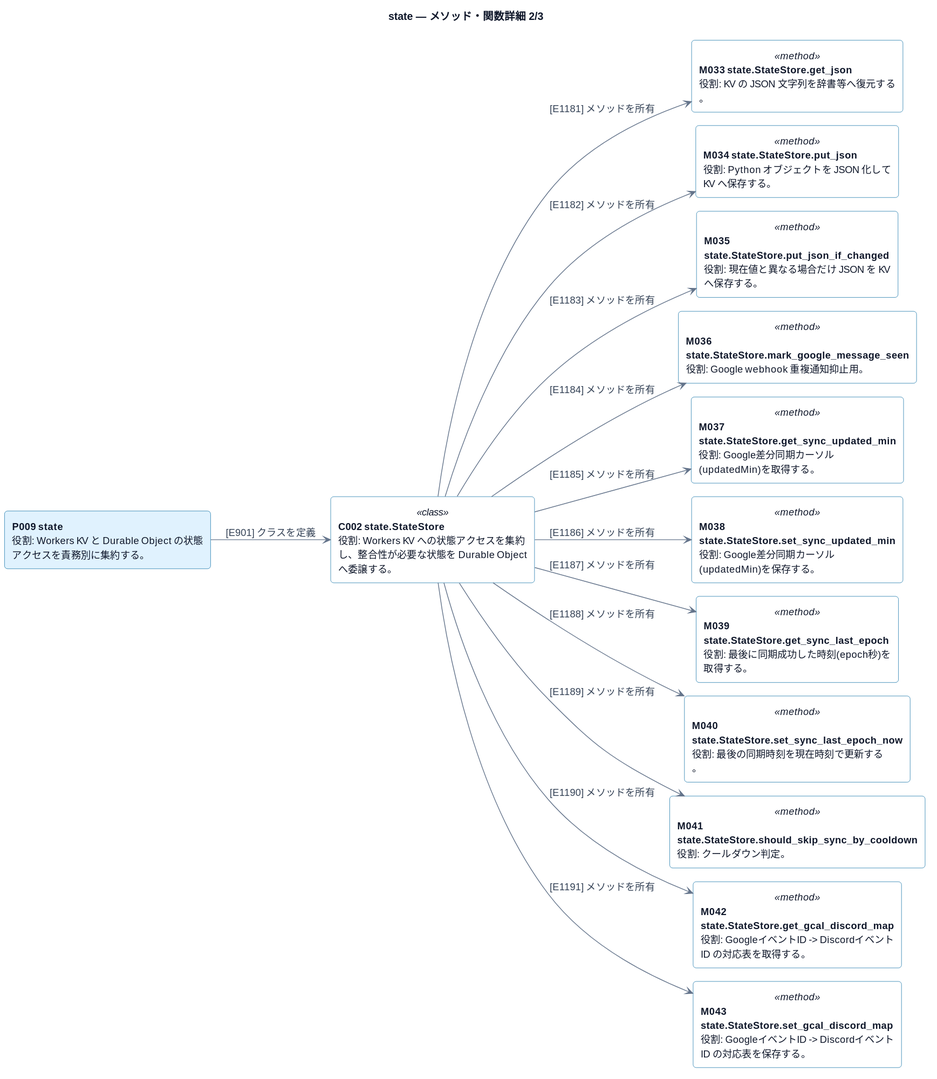
The PlantUML diagram docs/architecture/plantuml/rendered/methods/state-02.svg in ichipiro/IE_Event_Bot, before a commit.
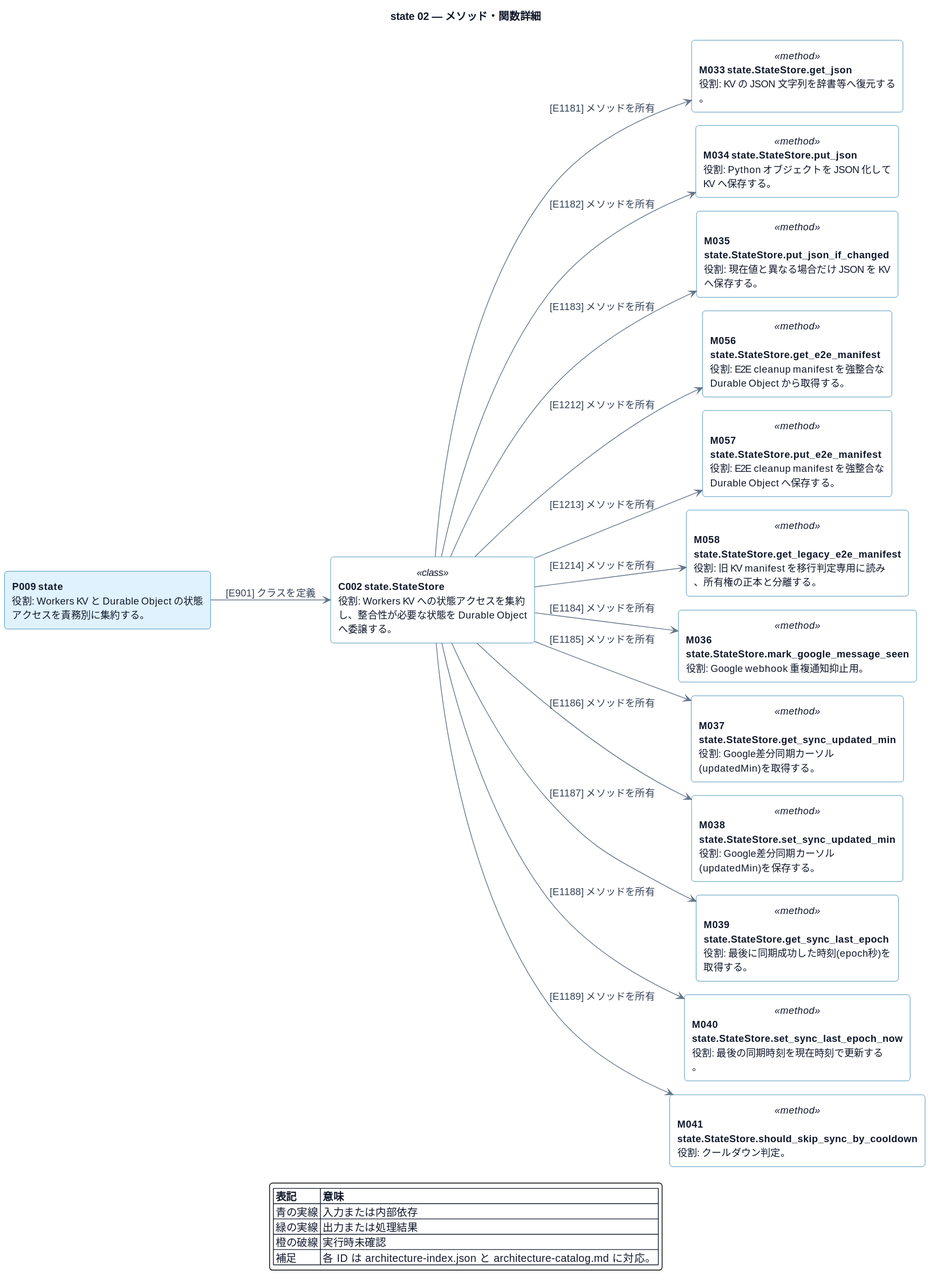
After the commit.

Diff of the diagram source:
```diff
@@ -1,6 +1,6 @@
 @startuml
 !include ../_shared/style.puml
-title state — メソッド・関数詳細 2/3
+title state 02 — メソッド・関数詳細
 !pragma layout smetana
 left to right direction
 component "<b>P009 state</b>\n役割: Workers KV と Durable Object の状態アクセスを責務別に集約する。" as P009
@@ -12,6 +12,12 @@
 C002 -[#64748B]-> M034 : [E1182] メソッドを所有
 rectangle "<b>M035 state.StateStore.put_json_if_changed</b>\n役割: 現在値と異なる場合だけ JSON を KV へ保存する。" as M035 <<method>>
 C002 -[#64748B]-> M035 : [E1183] メソッドを所有
+rectangle "<b>M056 state.StateStore.get_e2e_manifest</b>\n役割: E2E cleanup manifest を強整合な Durable Object から取得する。" as M056 <<method>>
+C002 -[#64748B]-> M056 : [E1212] メソッドを所有
+rectangle "<b>M057 state.StateStore.put_e2e_manifest</b>\n役割: E2E cleanup manifest を強整合な Durable Object へ保存する。" as M057 <<method>>
+C002 -[#64748B]-> M057 : [E1213] メソッドを所有
+rectangle "<b>M058 state.StateStore.get_legacy_e2e_manifest</b>\n役割: 旧 KV manifest を移行判定専用に読み、所有権の正本と分離する。" as M058 <<method>>
+C002 -[#64748B]-> M058 : [E1214] メソッドを所有
 rectangle "<b>M036 state.StateStore.mark_google_message_seen</b>\n役割: Google webhook 重複通知抑止用。" as M036 <<method>>
 C002 -[#64748B]-> M036 : [E1184] メソッドを所有
 rectangle "<b>M037 state.StateStore.get_sync_updated_min</b>\n役割: Google差分同期カーソル(updatedMin)を取得する。" as M037 <<method>>
@@ -24,8 +30,11 @@
 C002 -[#64748B]-> M040 : [E1188] メソッドを所有
 rectangle "<b>M041 state.StateStore.should_skip_sync_by_cooldown</b>\n役割: クールダウン判定。" as M041 <<method>>
 C002 -[#64748B]-> M041 : [E1189] メソッドを所有
-rectangle "<b>M042 state.StateStore.get_gcal_discord_map</b>\n役割: GoogleイベントID -> DiscordイベントID の対応表を取得する。" as M042 <<method>>
-C002 -[#64748B]-> M042 : [E1190] メソッドを所有
-rectangle "<b>M043 state.StateStore.set_gcal_discord_map</b>\n役割: GoogleイベントID -> DiscordイベントID の対応表を保存する。" as M043 <<method>>
-C002 -[#64748B]-> M043 : [E1191] メソッドを所有
+legend bottom
+  |= 表記 |= 意味 |
+  | 青の実線 | 入力または内部依存 |
+  | 緑の実線 | 出力または処理結果 |
+  | 橙の破線 | 実行時未確認 |
+  | 補足 | 各 ID は architecture-index.json と architecture-catalog.md に対応。 |
+endlegend
 @enduml
```
